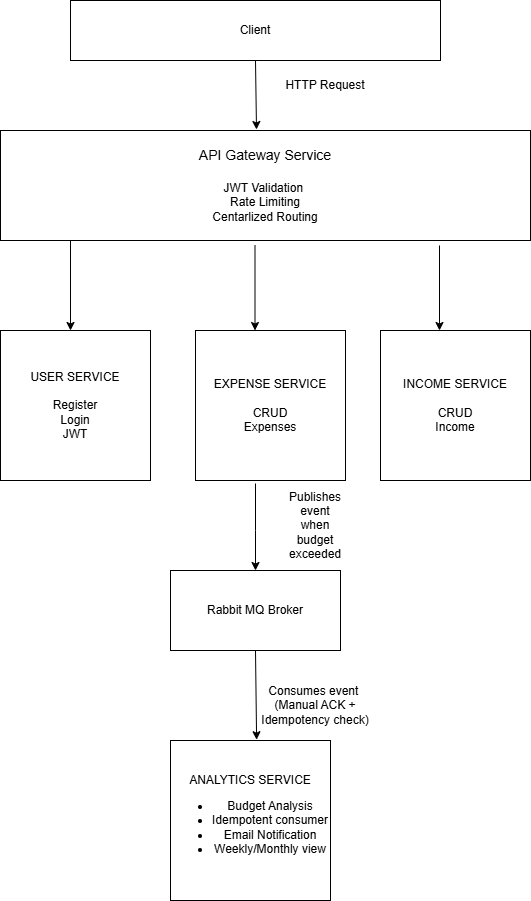
The draw.io diagram Financial-tracker.png in sanjeevamsi/distributed-financial-tracker, before a commit. Source tidied: cells renumbered, new cells last; positions are measured from the earlier drawing's top-left corner, leaving out a move shared by most shapes. Its diagram source:
```xml
<mxGraphModel>
  <root>
    <mxCell id="0" />
    <mxCell id="1" parent="0" />
    <mxCell id="2" value="Client" style="rounded=0;whiteSpace=wrap;html=1;" parent="1" vertex="1">
      <mxGeometry x="70" width="370" height="60" as="geometry" />
    </mxCell>
    <mxCell id="3" value="HTTP Request" style="text;html=1;whiteSpace=wrap;strokeColor=none;fillColor=none;align=center;verticalAlign=middle;rounded=0;" parent="1" vertex="1">
      <mxGeometry x="280" y="70" width="90" height="30" as="geometry" />
    </mxCell>
    <mxCell id="4" value="&lt;font style=&quot;font-size: 14px;&quot;&gt;API Gateway Service&lt;/font&gt;&lt;div&gt;&lt;span style=&quot;font-size: 14px;&quot;&gt;&lt;br&gt;&lt;/span&gt;&lt;div&gt;JWT Validation&amp;nbsp;&lt;/div&gt;&lt;div&gt;Rate Limiting&lt;/div&gt;&lt;div&gt;Centarlized Routing&lt;/div&gt;&lt;/div&gt;" style="rounded=0;whiteSpace=wrap;html=1;" parent="1" vertex="1">
      <mxGeometry y="130" width="530" height="110" as="geometry" />
    </mxCell>
    <mxCell id="5" style="endArrow=classic;html=1;rounded=0;entryX=0.483;entryY=-0.009;entryDx=0;entryDy=0;entryPerimeter=0;exitX=0.5;exitY=1;exitDx=0;exitDy=0;" parent="1" edge="1" source="2" target="4">
      <mxGeometry relative="1" as="geometry" />
    </mxCell>
    <mxCell id="6" value="USER SERVICE&lt;div&gt;&lt;br&gt;&lt;/div&gt;&lt;div&gt;Register&lt;/div&gt;&lt;div&gt;Login&lt;/div&gt;&lt;div&gt;JWT&lt;/div&gt;" style="whiteSpace=wrap;html=1;" parent="1" vertex="1">
      <mxGeometry y="330" width="150" height="150" as="geometry" />
    </mxCell>
    <mxCell id="7" style="endArrow=classic;html=1;rounded=0;" parent="1" edge="1">
      <mxGeometry relative="1" as="geometry">
        <mxPoint x="70" y="240" as="sourcePoint" />
        <mxPoint x="70" y="330" as="targetPoint" />
      </mxGeometry>
    </mxCell>
    <mxCell id="8" value="EXPENSE SERVICE&lt;div&gt;&lt;br&gt;&lt;/div&gt;&lt;div&gt;CRUD&lt;/div&gt;&lt;div&gt;Expenses&lt;/div&gt;" style="whiteSpace=wrap;html=1;" parent="1" vertex="1">
      <mxGeometry x="195" y="330" width="150" height="150" as="geometry" />
    </mxCell>
    <mxCell id="9" value="INCOME SERVICE&lt;div&gt;&lt;br&gt;&lt;/div&gt;&lt;div&gt;CRUD&lt;/div&gt;&lt;div&gt;Income&lt;/div&gt;" style="whiteSpace=wrap;html=1;" parent="1" vertex="1">
      <mxGeometry x="380" y="330" width="150" height="150" as="geometry" />
    </mxCell>
    <mxCell id="10" style="endArrow=classic;html=1;rounded=0;entryX=0.5;entryY=0;entryDx=0;entryDy=0;" parent="1" edge="1">
      <mxGeometry relative="1" as="geometry">
        <mxPoint x="254.5" y="245" as="sourcePoint" />
        <mxPoint x="254.5" y="330" as="targetPoint" />
      </mxGeometry>
    </mxCell>
    <mxCell id="11" style="endArrow=classic;html=1;rounded=0;entryX=0.5;entryY=0;entryDx=0;entryDy=0;" parent="1" edge="1">
      <mxGeometry relative="1" as="geometry">
        <mxPoint x="439" y="245" as="sourcePoint" />
        <mxPoint x="439" y="330" as="targetPoint" />
      </mxGeometry>
    </mxCell>
    <mxCell id="12" value="Rabbit MQ Broker" style="rounded=0;whiteSpace=wrap;html=1;" parent="1" vertex="1">
      <mxGeometry x="170" y="570" width="170" height="80" as="geometry" />
    </mxCell>
    <mxCell id="13" style="endArrow=classic;html=1;rounded=0;entryX=0.5;entryY=0;entryDx=0;entryDy=0;exitX=0.4;exitY=1.02;exitDx=0;exitDy=0;exitPerimeter=0;" parent="1" edge="1" source="8" target="12">
      <mxGeometry relative="1" as="geometry">
        <Array as="points">
          <mxPoint x="255" y="530" />
        </Array>
      </mxGeometry>
    </mxCell>
    <mxCell id="14" value="Publishes event when budget exceeded" style="text;html=1;whiteSpace=wrap;strokeColor=none;fillColor=none;align=center;verticalAlign=middle;rounded=0;" parent="1" vertex="1">
      <mxGeometry x="285" y="510" width="60" height="30" as="geometry" />
    </mxCell>
    <mxCell id="15" value="ANALYTICS SERVICE&lt;div&gt;&lt;ul&gt;&lt;li&gt;Budget Analysis&lt;/li&gt;&lt;li&gt;Idempotent consumer&lt;/li&gt;&lt;li&gt;Email Notification&lt;/li&gt;&lt;li&gt;Weekly/Monthly view&lt;/li&gt;&lt;/ul&gt;&lt;/div&gt;" style="whiteSpace=wrap;html=1;" parent="1" vertex="1">
      <mxGeometry x="170" y="740" width="160" height="160" as="geometry" />
    </mxCell>
    <mxCell id="16" style="endArrow=classic;html=1;rounded=0;entryX=0.545;entryY=-0.005;entryDx=0;entryDy=0;entryPerimeter=0;exitX=0.5;exitY=1;exitDx=0;exitDy=0;" parent="1" edge="1" source="12">
      <mxGeometry relative="1" as="geometry">
        <mxPoint x="256.1" y="739.2" as="targetPoint" />
      </mxGeometry>
    </mxCell>
    <mxCell id="17" value="&lt;div&gt;Consumes event&amp;nbsp;&lt;/div&gt;&lt;div&gt;(Manual ACK +&lt;/div&gt;&lt;div&gt;Idempotency check)&lt;/div&gt;" style="text;html=1;whiteSpace=wrap;strokeColor=none;fillColor=none;align=center;verticalAlign=middle;rounded=0;" parent="1" vertex="1">
      <mxGeometry x="250" y="690" width="130" height="30" as="geometry" />
    </mxCell>
  </root>
</mxGraphModel>
```
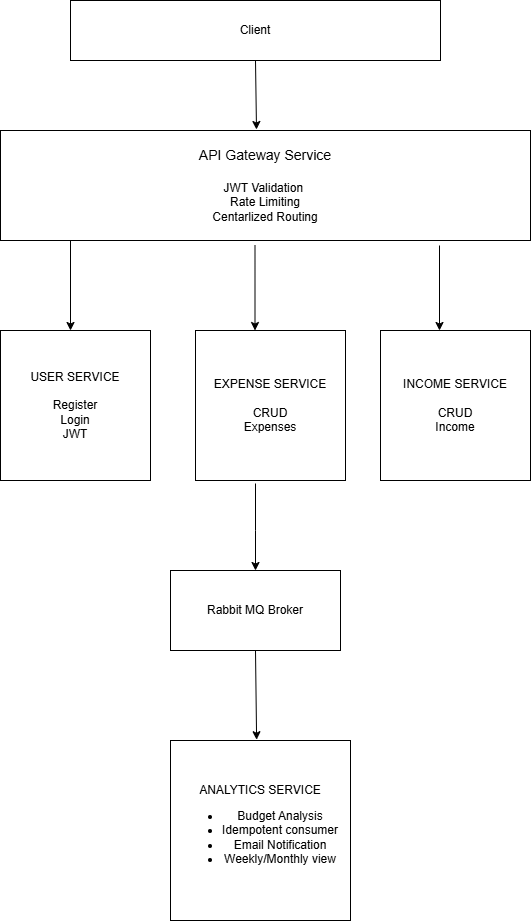
Later version of the same file.

What changed in the source:
```diff
@@ -5,8 +5,8 @@
     <mxCell id="2" value="Client" style="rounded=0;whiteSpace=wrap;html=1;" parent="1" vertex="1">
       <mxGeometry x="70" width="370" height="60" as="geometry" />
     </mxCell>
-    <mxCell id="3" value="HTTP Request" style="text;html=1;whiteSpace=wrap;strokeColor=none;fillColor=none;align=center;verticalAlign=middle;rounded=0;" parent="1" vertex="1">
-      <mxGeometry x="280" y="70" width="90" height="30" as="geometry" />
+    <mxCell id="3" value="HTTP Request" style="text;html=1;whiteSpace=wrap;fillColor=none;align=center;verticalAlign=middle;rounded=0;fontColor=light-dark(#FFFFFF,#FFFFFF);" parent="1" vertex="1">
+      <mxGeometry x="280" y="80" width="90" height="30" as="geometry" />
     </mxCell>
     <mxCell id="4" value="&lt;font style=&quot;font-size: 14px;&quot;&gt;API Gateway Service&lt;/font&gt;&lt;div&gt;&lt;span style=&quot;font-size: 14px;&quot;&gt;&lt;br&gt;&lt;/span&gt;&lt;div&gt;JWT Validation&amp;nbsp;&lt;/div&gt;&lt;div&gt;Rate Limiting&lt;/div&gt;&lt;div&gt;Centarlized Routing&lt;/div&gt;&lt;/div&gt;" style="rounded=0;whiteSpace=wrap;html=1;" parent="1" vertex="1">
       <mxGeometry y="130" width="530" height="110" as="geometry" />
@@ -51,18 +51,18 @@
         </Array>
       </mxGeometry>
     </mxCell>
-    <mxCell id="14" value="Publishes event when budget exceeded" style="text;html=1;whiteSpace=wrap;strokeColor=none;fillColor=none;align=center;verticalAlign=middle;rounded=0;" parent="1" vertex="1">
+    <mxCell id="14" value="Publishes event when budget exceeded" style="text;html=1;whiteSpace=wrap;fillColor=none;align=center;verticalAlign=middle;rounded=0;fontColor=light-dark(#FFFFFF,#FFFFFF);" parent="1" vertex="1">
       <mxGeometry x="285" y="510" width="60" height="30" as="geometry" />
     </mxCell>
     <mxCell id="15" value="ANALYTICS SERVICE&lt;div&gt;&lt;ul&gt;&lt;li&gt;Budget Analysis&lt;/li&gt;&lt;li&gt;Idempotent consumer&lt;/li&gt;&lt;li&gt;Email Notification&lt;/li&gt;&lt;li&gt;Weekly/Monthly view&lt;/li&gt;&lt;/ul&gt;&lt;/div&gt;" style="whiteSpace=wrap;html=1;" parent="1" vertex="1">
-      <mxGeometry x="170" y="740" width="160" height="160" as="geometry" />
+      <mxGeometry x="170" y="740" width="180" height="180" as="geometry" />
     </mxCell>
     <mxCell id="16" style="endArrow=classic;html=1;rounded=0;entryX=0.545;entryY=-0.005;entryDx=0;entryDy=0;entryPerimeter=0;exitX=0.5;exitY=1;exitDx=0;exitDy=0;" parent="1" edge="1" source="12">
       <mxGeometry relative="1" as="geometry">
         <mxPoint x="256.1" y="739.2" as="targetPoint" />
       </mxGeometry>
     </mxCell>
-    <mxCell id="17" value="&lt;div&gt;Consumes event&amp;nbsp;&lt;/div&gt;&lt;div&gt;(Manual ACK +&lt;/div&gt;&lt;div&gt;Idempotency check)&lt;/div&gt;" style="text;html=1;whiteSpace=wrap;strokeColor=none;fillColor=none;align=center;verticalAlign=middle;rounded=0;" parent="1" vertex="1">
+    <mxCell id="17" value="&lt;div&gt;Consumes event&amp;nbsp;&lt;/div&gt;&lt;div&gt;(Manual ACK +&lt;/div&gt;&lt;div&gt;Idempotency check)&lt;/div&gt;" style="text;html=1;whiteSpace=wrap;fillColor=none;align=center;verticalAlign=middle;rounded=0;fontColor=light-dark(#FFFFFF,#FFFFFF);" parent="1" vertex="1">
       <mxGeometry x="250" y="690" width="130" height="30" as="geometry" />
     </mxCell>
   </root>
```
